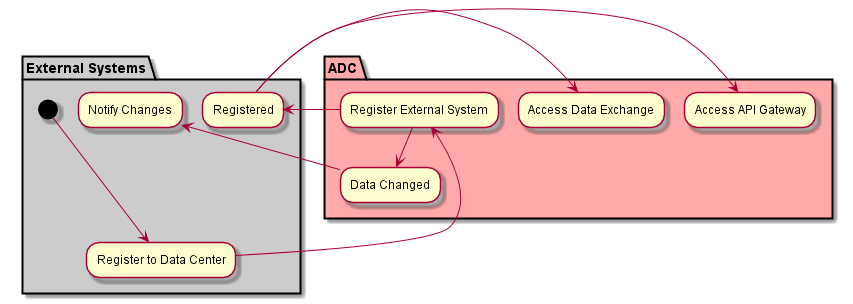
Above: docs/Actors/External-Systems/Activity.png in CAADE/ADC (PlantUML), before the change.
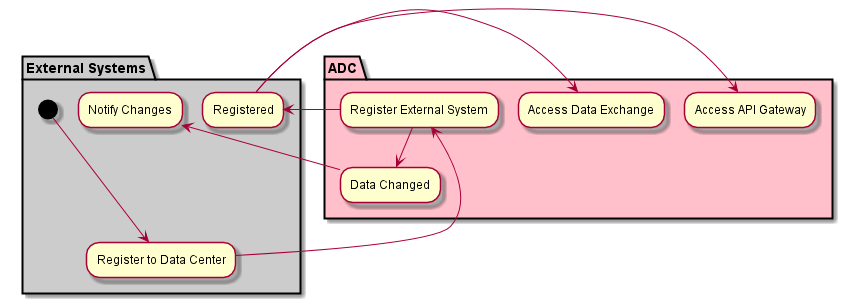
After the change.

The edit, as a diff of the source:
```diff
@@ -5,7 +5,7 @@
   (*) ---> "Register to Data Center"
 }
 
-partition "ADC" #ffaaaa {
+partition "ADC" #pink {
   "Register to Data Center" --> "Register External System"
 }
 
```
